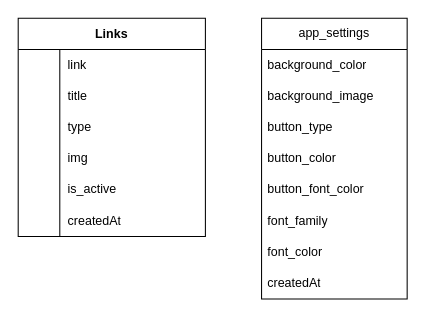
Above: classDiagramWeb.drawio in Yazz803/linker_sosmed (draw.io), before the change. Source tidied: cells renumbered, new cells numbered last; positions are measured from the earlier drawing's top-left corner, leaving out a move shared by most shapes. Both pictures are drawn from the tidied source at 104%, with x=0, y=0 at pixel (18, 18).
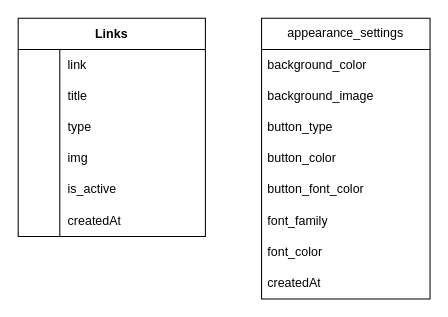
Above is the later version.

The edit, as a diff of the source:
```diff
@@
-    <mxCell id="21" value="app_settings" style="swimlane;fontStyle=0;horizontal=1;startSize=30;whiteSpace=wrap;html=1;" parent="1" vertex="1">
-      <mxGeometry x="234" width="140" height="270" as="geometry" />
+    <mxCell id="21" value="appearance_settings" style="swimlane;fontStyle=0;horizontal=1;startSize=30;whiteSpace=wrap;html=1;" parent="1" vertex="1">
+      <mxGeometry x="234" width="162" height="270" as="geometry" />
     </mxCell>
     <mxCell id="22" value="background_color" style="text;strokeColor=none;fillColor=none;align=left;verticalAlign=middle;spacingLeft=4;spacingRight=4;overflow=hidden;whiteSpace=wrap;html=1;" parent="21" vertex="1">
-      <mxGeometry y="30" width="140" height="30" as="geometry" />
+      <mxGeometry y="30" width="162" height="30" as="geometry" />
     </mxCell>
     <mxCell id="23" value="background_image" style="text;strokeColor=none;fillColor=none;align=left;verticalAlign=middle;spacingLeft=4;spacingRight=4;overflow=hidden;whiteSpace=wrap;html=1;" parent="21" vertex="1">
-      <mxGeometry y="60" width="140" height="30" as="geometry" />
+      <mxGeometry y="60" width="162" height="30" as="geometry" />
     </mxCell>
     <mxCell id="24" value="button_type" style="text;strokeColor=none;fillColor=none;align=left;verticalAlign=middle;spacingLeft=4;spacingRight=4;overflow=hidden;whiteSpace=wrap;html=1;" parent="21" vertex="1">
-      <mxGeometry y="90" width="140" height="30" as="geometry" />
+      <mxGeometry y="90" width="162" height="30" as="geometry" />
     </mxCell>
     <mxCell id="25" value="button_color" style="text;strokeColor=none;fillColor=none;align=left;verticalAlign=middle;spacingLeft=4;spacingRight=4;overflow=hidden;whiteSpace=wrap;html=1;" parent="21" vertex="1">
-      <mxGeometry y="120" width="140" height="30" as="geometry" />
+      <mxGeometry y="120" width="162" height="30" as="geometry" />
     </mxCell>
     <mxCell id="26" value="button_font_color" style="text;strokeColor=none;fillColor=none;align=left;verticalAlign=middle;spacingLeft=4;spacingRight=4;overflow=hidden;whiteSpace=wrap;html=1;" parent="21" vertex="1">
-      <mxGeometry y="150" width="140" height="30" as="geometry" />
+      <mxGeometry y="150" width="162" height="30" as="geometry" />
     </mxCell>
     <mxCell id="27" value="font_family" style="text;strokeColor=none;fillColor=none;align=left;verticalAlign=middle;spacingLeft=4;spacingRight=4;overflow=hidden;whiteSpace=wrap;html=1;" parent="21" vertex="1">
-      <mxGeometry y="180" width="140" height="30" as="geometry" />
+      <mxGeometry y="180" width="162" height="30" as="geometry" />
     </mxCell>
     <mxCell id="28" value="font_color" style="text;strokeColor=none;fillColor=none;align=left;verticalAlign=middle;spacingLeft=4;spacingRight=4;overflow=hidden;whiteSpace=wrap;html=1;" parent="21" vertex="1">
-      <mxGeometry y="210" width="140" height="30" as="geometry" />
+      <mxGeometry y="210" width="162" height="30" as="geometry" />
     </mxCell>
     <mxCell id="29" value="createdAt" style="text;strokeColor=none;fillColor=none;align=left;verticalAlign=middle;spacingLeft=4;spacingRight=4;overflow=hidden;whiteSpace=wrap;html=1;" parent="21" vertex="1">
-      <mxGeometry y="240" width="140" height="30" as="geometry" />
+      <mxGeometry y="240" width="162" height="30" as="geometry" />
     </mxCell>
```
